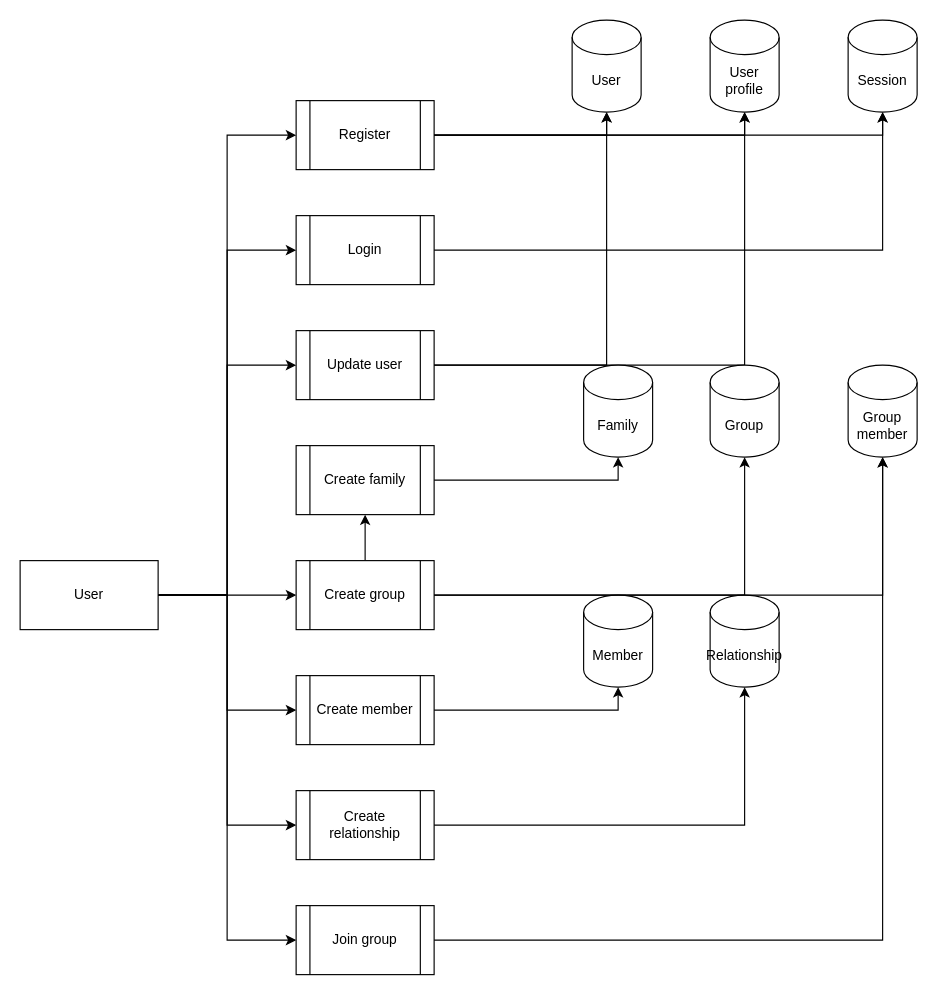
This is graphs/family-mamangement-system-flow-general.drawio from caonhathao/family-tree-management, a draw.io file, before an edit. Source tidied: cells renumbered, new cells numbered last; positions are measured from the earlier drawing's top-left corner, leaving out a move shared by most shapes. Both pictures are drawn from the tidied source at 115%, with x=0, y=0 at pixel (20, 20).
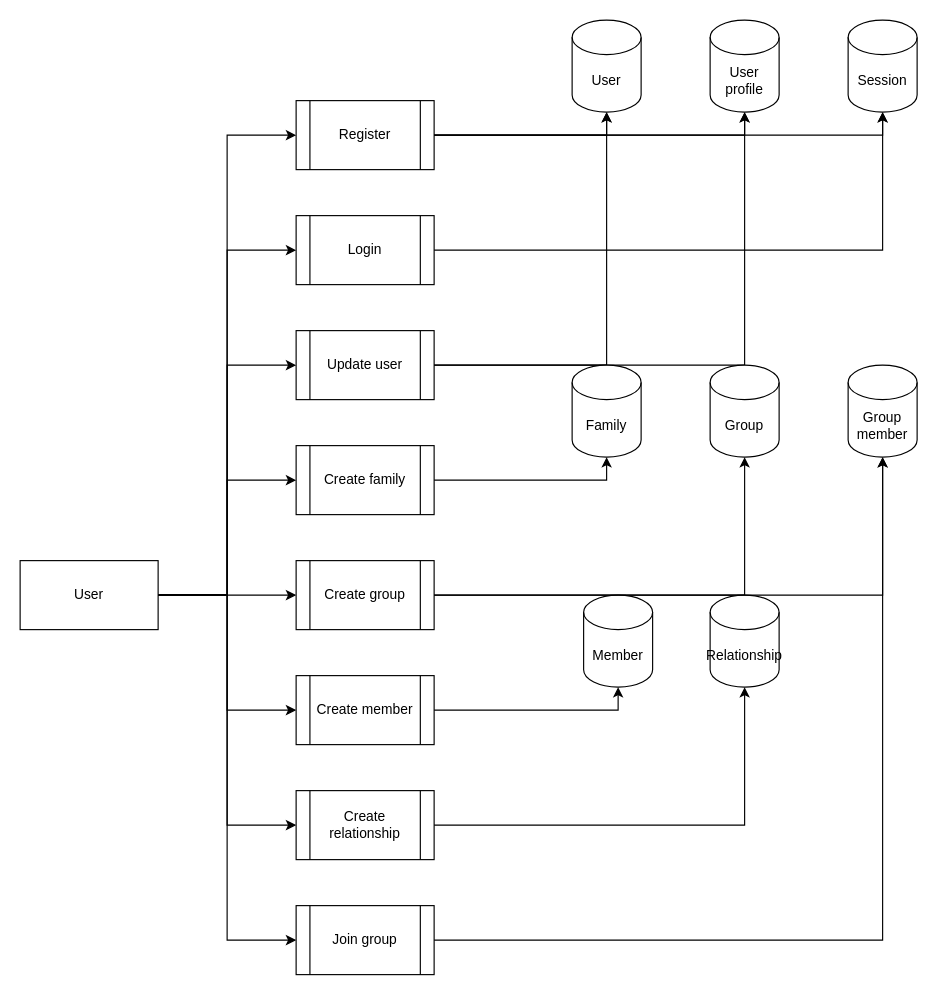
After the change.

The change refers to these unchanged cells:
```xml
<mxCell id="8" value="User" style="rounded=0;whiteSpace=wrap;html=1;" parent="1" vertex="1">
  <mxGeometry y="470" width="120" height="60" as="geometry" />
</mxCell>
<mxCell id="22" value="Create family" style="shape=process;whiteSpace=wrap;html=1;backgroundOutline=1;" parent="1" vertex="1">
  <mxGeometry x="240" y="370" width="120" height="60" as="geometry" />
</mxCell>
<mxCell id="24" value="Create group" style="shape=process;whiteSpace=wrap;html=1;backgroundOutline=1;" parent="1" vertex="1">
  <mxGeometry x="240" y="470" width="120" height="60" as="geometry" />
</mxCell>
```

Change to the diagram source:
```diff
@@
+    <mxCell id="39" style="edgeStyle=orthogonalEdgeStyle;rounded=0;jettySize=auto;html=1;exitX=1;exitY=0.5;exitDx=0;exitDy=0;entryX=0;entryY=0.5;entryDx=0;entryDy=0;" parent="1" edge="1" source="8" target="22">
+      <mxGeometry relative="1" as="geometry" />
+    </mxCell>
@@
-    <mxCell id="23" style="edgeStyle=orthogonalEdgeStyle;rounded=0;jettySize=auto;html=1;exitX=0.5;exitY=0;exitDx=0;exitDy=0;entryX=0.5;entryY=1;entryDx=0;entryDy=0;" parent="1" edge="1" source="24" target="22">
-      <mxGeometry relative="1" as="geometry" />
-    </mxCell>
@@
     <mxCell id="25" value="Family" style="shape=cylinder3;whiteSpace=wrap;html=1;boundedLbl=1;backgroundOutline=1;size=15;" parent="1" vertex="1">
-      <mxGeometry x="490" y="300" width="60" height="80" as="geometry" />
+      <mxGeometry x="480" y="300" width="60" height="80" as="geometry" />
     </mxCell>
```
